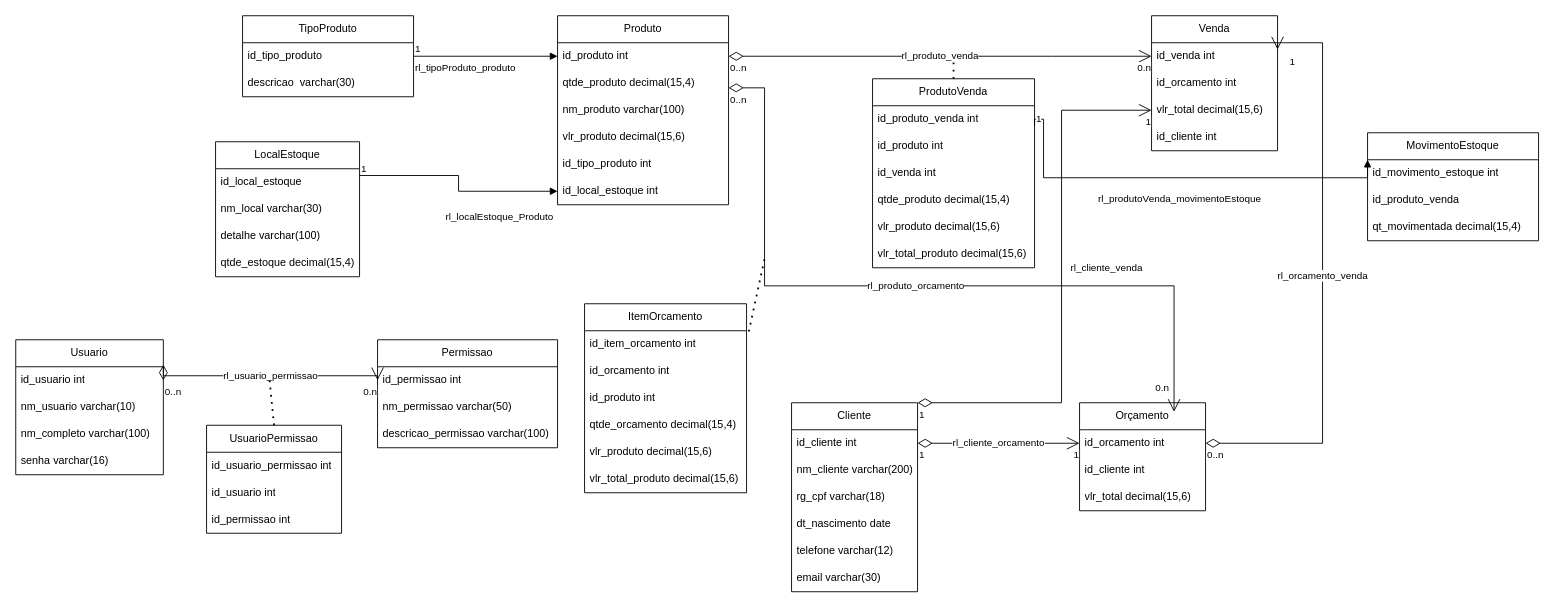
This is Diagrama sem nome.drawio from GabrielCastilhoRodrigues/LojaCelular, a draw.io file, before an edit. Source tidied: cells renumbered, new cells numbered last; positions are measured from the earlier drawing's top-left corner, leaving out a move shared by most shapes. Both pictures are drawn from the tidied source at 90%, with x=0, y=0 at pixel (15, 15).
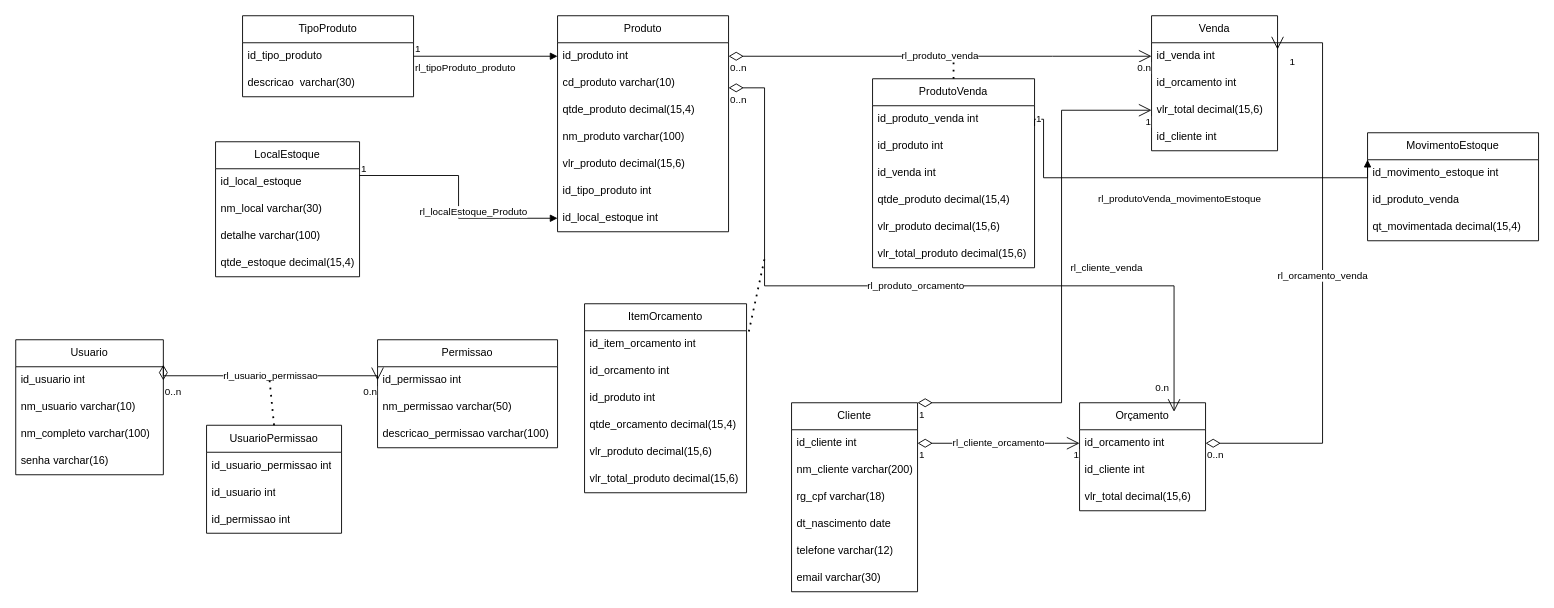
Above is the later version.

Commit message:
Inserção do campo código produto para a tabela de Produto

Diff of the diagram source:
```diff
@@
     <mxCell id="2" value="Produto" style="swimlane;fontStyle=0;horizontal=1;startSize=30;whiteSpace=wrap;html=1;" parent="1" vertex="1">
-      <mxGeometry x="602" width="190" height="210" as="geometry" />
+      <mxGeometry x="602" width="190" height="240" as="geometry" />
     </mxCell>
@@
+    <mxCell id="91" value="cd_produto varchar(10)" style="text;strokeColor=none;fillColor=none;align=left;verticalAlign=middle;spacingLeft=4;spacingRight=4;overflow=hidden;whiteSpace=wrap;html=1;" parent="2" vertex="1">
+      <mxGeometry y="60" width="190" height="30" as="geometry" />
+    </mxCell>
     <mxCell id="4" value="qtde_produto decimal(15,4)" style="text;strokeColor=none;fillColor=none;align=left;verticalAlign=middle;spacingLeft=4;spacingRight=4;overflow=hidden;whiteSpace=wrap;html=1;" parent="2" vertex="1">
-      <mxGeometry y="60" width="190" height="30" as="geometry" />
+      <mxGeometry y="90" width="190" height="30" as="geometry" />
     </mxCell>
     <mxCell id="5" value="nm_produto varchar(100)" style="text;strokeColor=none;fillColor=none;align=left;verticalAlign=middle;spacingLeft=4;spacingRight=4;overflow=hidden;whiteSpace=wrap;html=1;" parent="2" vertex="1">
-      <mxGeometry y="90" width="190" height="30" as="geometry" />
+      <mxGeometry y="120" width="190" height="30" as="geometry" />
     </mxCell>
     <mxCell id="6" value="vlr_produto decimal(15,6)" style="text;strokeColor=none;fillColor=none;align=left;verticalAlign=middle;spacingLeft=4;spacingRight=4;overflow=hidden;whiteSpace=wrap;html=1;" parent="2" vertex="1">
-      <mxGeometry y="120" width="190" height="30" as="geometry" />
+      <mxGeometry y="150" width="190" height="30" as="geometry" />
     </mxCell>
     <mxCell id="7" value="id_tipo_produto int" style="text;strokeColor=none;fillColor=none;align=left;verticalAlign=middle;spacingLeft=4;spacingRight=4;overflow=hidden;whiteSpace=wrap;html=1;" parent="2" vertex="1">
-      <mxGeometry y="150" width="190" height="30" as="geometry" />
+      <mxGeometry y="180" width="190" height="30" as="geometry" />
     </mxCell>
     <mxCell id="8" value="id_local_estoque int" style="text;strokeColor=none;fillColor=none;align=left;verticalAlign=middle;spacingLeft=4;spacingRight=4;overflow=hidden;points=[[0,0.5],[1,0.5]];portConstraint=eastwest;whiteSpace=wrap;html=1;" parent="2" vertex="1">
-      <mxGeometry y="180" width="190" height="30" as="geometry" />
+      <mxGeometry y="210" width="190" height="30" as="geometry" />
     </mxCell>
```
